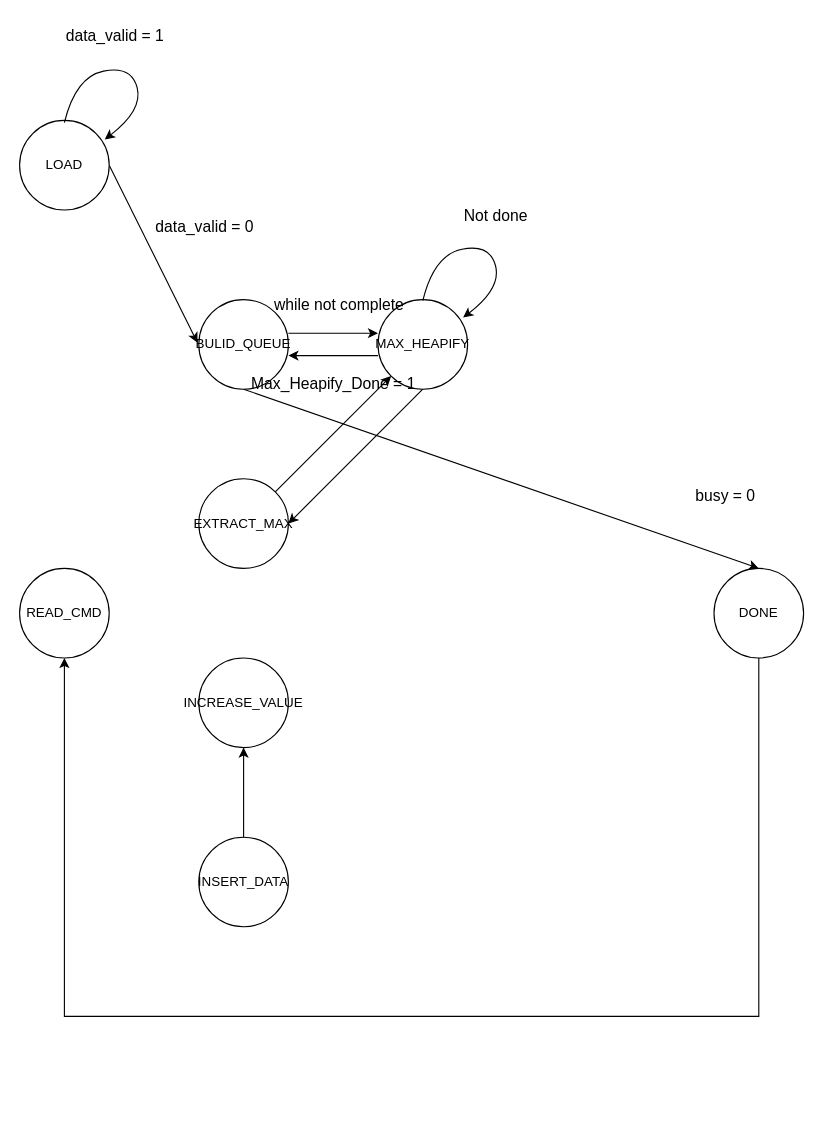
Before: HW4_P76124265/diagram/FSM state.drawio in TreeLand1101/NCKU-Digital_Design, a draw.io diagram. Source tidied: cells renumbered, new cells numbered last; positions are measured from the earlier drawing's top-left corner, leaving out a move shared by most shapes. Both pictures are drawn from the tidied source at 112%, with x=0, y=0 at pixel (19, 19).
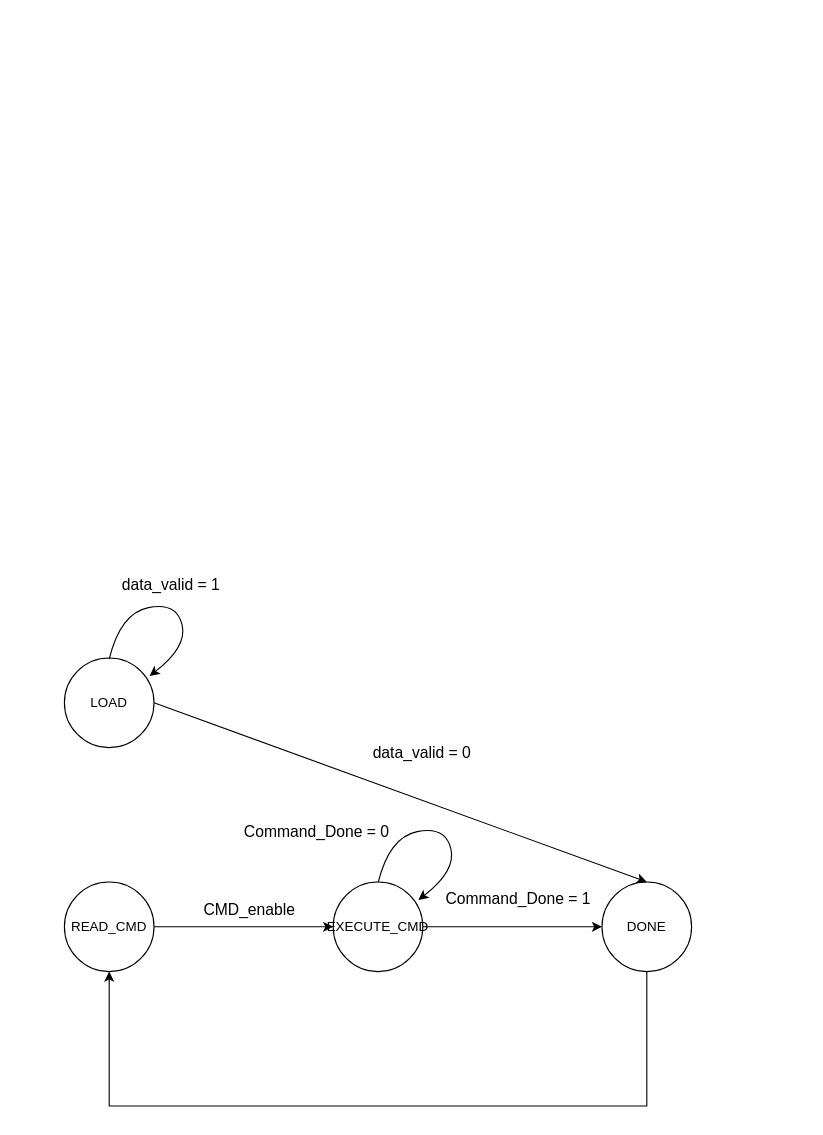
The same diagram, later.

Change to the diagram source:
```diff
@@
-    <mxCell id="2" style="endArrow=classic;html=1;rounded=0;exitX=1;exitY=0.5;exitDx=0;exitDy=0;entryX=-0.006;entryY=0.176;entryDx=0;entryDy=0;entryPerimeter=0;" parent="1" edge="1" source="6">
-      <mxGeometry relative="1" as="geometry">
-        <mxPoint x="158.8" y="288.4" as="targetPoint" />
-      </mxGeometry>
-    </mxCell>
     <mxCell id="3" value="READ_CMD" style="ellipse;whiteSpace=wrap;html=1;" parent="1" vertex="1">
-      <mxGeometry y="490" width="80" height="80" as="geometry" />
+      <mxGeometry x="40" y="770" width="80" height="80" as="geometry" />
     </mxCell>
     <mxCell id="4" value="DONE" style="ellipse;whiteSpace=wrap;html=1;" parent="1" vertex="1">
-      <mxGeometry x="620" y="490" width="80" height="80" as="geometry" />
+      <mxGeometry x="520" y="770" width="80" height="80" as="geometry" />
     </mxCell>
     <mxCell id="5" style="endArrow=classic;html=1;rounded=0;exitX=0.5;exitY=1;exitDx=0;exitDy=0;entryX=0.5;entryY=1;entryDx=0;entryDy=0;" parent="1" edge="1" source="4" target="3">
       <mxGeometry relative="1" as="geometry">
         <Array as="points">
-          <mxPoint x="660" y="890" />
-          <mxPoint x="460" y="890" />
-          <mxPoint x="40" y="890" />
+          <mxPoint x="560" y="970" />
+          <mxPoint x="480" y="970" />
+          <mxPoint x="280" y="970" />
+          <mxPoint x="80" y="970" />
         </Array>
       </mxGeometry>
     </mxCell>
     <mxCell id="6" value="LOAD" style="ellipse;whiteSpace=wrap;html=1;" parent="1" vertex="1">
-      <mxGeometry y="90" width="80" height="80" as="geometry" />
+      <mxGeometry x="40" y="570" width="80" height="80" as="geometry" />
     </mxCell>
     <mxCell id="7" style="curved=1;endArrow=classic;html=1;rounded=0;exitX=0.5;exitY=0;exitDx=0;exitDy=0;entryX=0.946;entryY=0.19;entryDx=0;entryDy=0;entryPerimeter=0;strokeColor=default;flowAnimation=0;" parent="1" edge="1">
       <mxGeometry relative="1" as="geometry">
-        <mxPoint x="40" y="92" as="sourcePoint" />
-        <mxPoint x="76" y="107" as="targetPoint" />
+        <mxPoint x="320" y="771" as="sourcePoint" />
+        <mxPoint x="356" y="786" as="targetPoint" />
         <Array as="points">
-          <mxPoint x="50" y="51" />
-          <mxPoint x="100" y="41" />
-          <mxPoint x="110" y="81" />
+          <mxPoint x="330" y="730" />
+          <mxPoint x="380" y="720" />
+          <mxPoint x="390" y="760" />
         </Array>
       </mxGeometry>
     </mxCell>
     <mxCell id="8" value="&lt;font style=&quot;font-size: 14px;&quot;&gt;data_valid = 1&lt;/font&gt;" style="text;html=1;align=center;verticalAlign=middle;strokeColor=none;fillColor=none;" parent="1" vertex="1">
-      <mxGeometry x="30" width="110" height="30" as="geometry" />
+      <mxGeometry x="80" y="490" width="110" height="30" as="geometry" />
     </mxCell>
+    <mxCell id="10" value="&lt;span style=&quot;font-size: 14px;&quot;&gt;Command_Done = 0&lt;/span&gt;" style="text;html=1;align=center;verticalAlign=middle;strokeColor=none;fillColor=none;" parent="1" vertex="1">
+      <mxGeometry x="190" y="710" width="150" height="30" as="geometry" />
+    </mxCell>
+    <mxCell id="26" value="EXECUTE_CMD" style="ellipse;whiteSpace=wrap;html=1;" parent="1" vertex="1">
+      <mxGeometry x="280" y="770" width="80" height="80" as="geometry" />
+    </mxCell>
+    <mxCell id="27" style="endArrow=classic;html=1;rounded=0;exitX=1;exitY=0.5;exitDx=0;exitDy=0;entryX=0;entryY=0.5;entryDx=0;entryDy=0;" parent="1" edge="1" source="3" target="26">
+      <mxGeometry relative="1" as="geometry" />
+    </mxCell>
+    <mxCell id="28" style="endArrow=classic;html=1;rounded=0;exitX=1;exitY=0.5;exitDx=0;exitDy=0;entryX=0.5;entryY=0;entryDx=0;entryDy=0;" parent="1" edge="1" source="6" target="4">
+      <mxGeometry relative="1" as="geometry" />
+    </mxCell>
     <mxCell id="9" value="&lt;font style=&quot;font-size: 14px;&quot;&gt;data_valid = 0&lt;/font&gt;" style="text;html=1;align=center;verticalAlign=middle;strokeColor=none;fillColor=none;" parent="1" vertex="1">
-      <mxGeometry x="110" y="170" width="110" height="30" as="geometry" />
+      <mxGeometry x="304" y="640" width="110" height="30" as="geometry" />
     </mxCell>
-    <mxCell id="10" value="&lt;font style=&quot;font-size: 14px;&quot;&gt;busy = 0&lt;/font&gt;" style="text;html=1;align=center;verticalAlign=middle;strokeColor=none;fillColor=none;" parent="1" vertex="1">
-      <mxGeometry x="590" y="410" width="80" height="30" as="geometry" />
-    </mxCell>
-    <mxCell id="11" value="BULID_QUEUE" style="ellipse;whiteSpace=wrap;html=1;" parent="1" vertex="1">
-      <mxGeometry x="160" y="250" width="80" height="80" as="geometry" />
-    </mxCell>
-    <mxCell id="12" value="EXTRACT_MAX" style="ellipse;whiteSpace=wrap;html=1;" parent="1" vertex="1">
-      <mxGeometry x="160" y="410" width="80" height="80" as="geometry" />
-    </mxCell>
-    <mxCell id="13" value="&lt;div&gt;INCREASE_VALUE&lt;/div&gt;" style="ellipse;whiteSpace=wrap;html=1;" parent="1" vertex="1">
-      <mxGeometry x="160" y="570" width="80" height="80" as="geometry" />
-    </mxCell>
-    <mxCell id="14" value="INSERT_DATA" style="ellipse;whiteSpace=wrap;html=1;" parent="1" vertex="1">
-      <mxGeometry x="160" y="730" width="80" height="80" as="geometry" />
-    </mxCell>
-    <mxCell id="15" value="MAX_HEAPIFY" style="ellipse;whiteSpace=wrap;html=1;" parent="1" vertex="1">
-      <mxGeometry x="320" y="250" width="80" height="80" as="geometry" />
-    </mxCell>
-    <mxCell id="16" style="endArrow=classic;html=1;rounded=0;entryX=0;entryY=0.5;entryDx=0;entryDy=0;" parent="1" edge="1">
-      <mxGeometry relative="1" as="geometry">
-        <mxPoint x="240" y="280" as="sourcePoint" />
-        <mxPoint x="320" y="280" as="targetPoint" />
-      </mxGeometry>
-    </mxCell>
-    <mxCell id="17" style="endArrow=classic;html=1;rounded=0;entryX=0;entryY=0.5;entryDx=0;entryDy=0;" parent="1" edge="1">
-      <mxGeometry relative="1" as="geometry">
-        <mxPoint x="320" y="300" as="sourcePoint" />
-        <mxPoint x="240" y="300" as="targetPoint" />
-      </mxGeometry>
-    </mxCell>
-    <mxCell id="18" style="endArrow=classic;html=1;rounded=0;entryX=1;entryY=0.5;entryDx=0;entryDy=0;exitX=0.5;exitY=1;exitDx=0;exitDy=0;" parent="1" edge="1" source="15" target="12">
-      <mxGeometry relative="1" as="geometry" />
-    </mxCell>
-    <mxCell id="19" style="endArrow=classic;html=1;rounded=0;entryX=0;entryY=1;entryDx=0;entryDy=0;exitX=1;exitY=0;exitDx=0;exitDy=0;" parent="1" edge="1" source="12" target="15">
-      <mxGeometry relative="1" as="geometry" />
-    </mxCell>
-    <mxCell id="20" style="endArrow=classic;html=1;rounded=0;entryX=0.5;entryY=1;entryDx=0;entryDy=0;exitX=0.5;exitY=0;exitDx=0;exitDy=0;" parent="1" edge="1" source="14" target="13">
-      <mxGeometry relative="1" as="geometry" />
-    </mxCell>
-    <mxCell id="21" style="endArrow=classic;html=1;rounded=0;entryX=0.5;entryY=0;entryDx=0;entryDy=0;exitX=0.5;exitY=1;exitDx=0;exitDy=0;" parent="1" edge="1" source="11" target="4">
-      <mxGeometry relative="1" as="geometry" />
-    </mxCell>
-    <mxCell id="22" style="curved=1;endArrow=classic;html=1;rounded=0;exitX=0.5;exitY=0;exitDx=0;exitDy=0;entryX=0.946;entryY=0.19;entryDx=0;entryDy=0;entryPerimeter=0;strokeColor=default;flowAnimation=0;" parent="1" edge="1">
-      <mxGeometry relative="1" as="geometry">
-        <mxPoint x="360" y="251" as="sourcePoint" />
-        <mxPoint x="396" y="266" as="targetPoint" />
-        <Array as="points">
-          <mxPoint x="370" y="210" />
-          <mxPoint x="420" y="200" />
-          <mxPoint x="430" y="240" />
-        </Array>
-      </mxGeometry>
-    </mxCell>
-    <mxCell id="23" value="&lt;font style=&quot;font-size: 14px;&quot;&gt;Not done&lt;/font&gt;" style="text;html=1;align=center;verticalAlign=middle;strokeColor=none;fillColor=none;" parent="1" vertex="1">
-      <mxGeometry x="385" y="160" width="80" height="30" as="geometry" />
-    </mxCell>
-    <mxCell id="24" value="&lt;font style=&quot;font-size: 14px;&quot;&gt;while not complete&lt;/font&gt;" style="text;html=1;align=center;verticalAlign=middle;strokeColor=none;fillColor=none;" parent="1" vertex="1">
-      <mxGeometry x="215" y="240" width="140" height="30" as="geometry" />
-    </mxCell>
-    <mxCell id="25" value="&lt;font style=&quot;font-size: 14px;&quot;&gt;Max_Heapify_Done = 1&lt;/font&gt;" style="text;html=1;align=center;verticalAlign=middle;strokeColor=none;fillColor=none;" parent="1" vertex="1">
-      <mxGeometry x="195" y="310" width="170" height="30" as="geometry" />
-    </mxCell>
+    <mxCell id="29" style="endArrow=classic;html=1;rounded=0;exitX=1;exitY=0.5;exitDx=0;exitDy=0;entryX=0;entryY=0.5;entryDx=0;entryDy=0;" parent="1" edge="1" source="26" target="4">
+      <mxGeometry relative="1" as="geometry" />
+    </mxCell>
+    <mxCell id="30" value="&lt;span style=&quot;font-size: 14px;&quot;&gt;Command_Done = 1&lt;/span&gt;" style="text;html=1;align=center;verticalAlign=middle;strokeColor=none;fillColor=none;" parent="1" vertex="1">
+      <mxGeometry x="370" y="770" width="150" height="30" as="geometry" />
+    </mxCell>
+    <mxCell id="31" style="curved=1;endArrow=classic;html=1;rounded=0;exitX=0.5;exitY=0;exitDx=0;exitDy=0;entryX=0.946;entryY=0.19;entryDx=0;entryDy=0;entryPerimeter=0;strokeColor=default;flowAnimation=0;" parent="1" edge="1">
+      <mxGeometry relative="1" as="geometry">
+        <mxPoint x="80" y="571" as="sourcePoint" />
+        <mxPoint x="116" y="586" as="targetPoint" />
+        <Array as="points">
+          <mxPoint x="90" y="530" />
+          <mxPoint x="140" y="520" />
+          <mxPoint x="150" y="560" />
+        </Array>
+      </mxGeometry>
+    </mxCell>
+    <mxCell id="32" value="&lt;span style=&quot;font-size: 14px;&quot;&gt;CMD_enable&lt;/span&gt;" style="text;html=1;align=center;verticalAlign=middle;strokeColor=none;fillColor=none;" parent="1" vertex="1">
+      <mxGeometry x="150" y="780" width="110" height="30" as="geometry" />
+    </mxCell>
```
